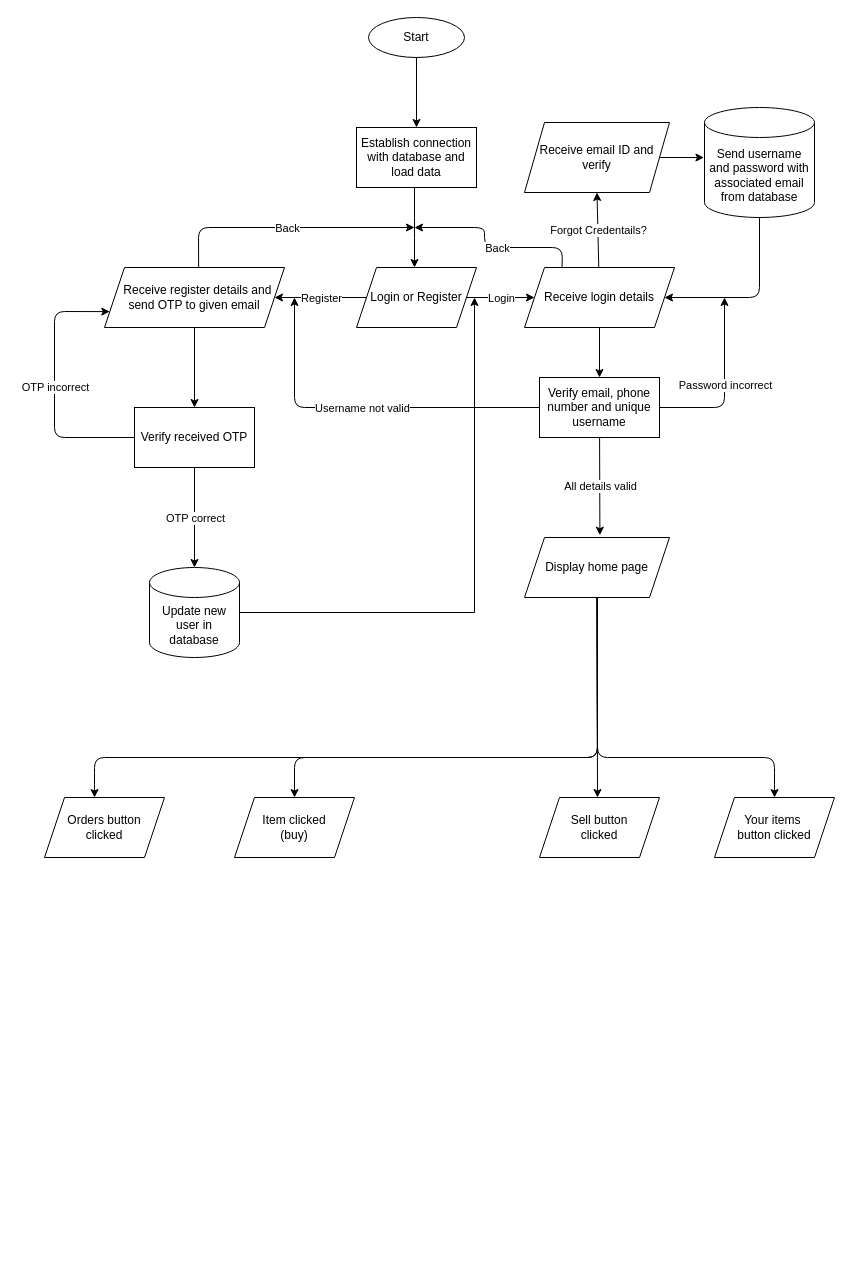
Before: Untitled Diagram.drawio in acmpesuecc/GrowPal, a draw.io diagram. Source tidied: cells renumbered, new cells numbered last; positions are measured from the earlier drawing's top-left corner, leaving out a move shared by most shapes. Both pictures are drawn from the tidied source at 100%, with x=0, y=0 at pixel (44, 17).
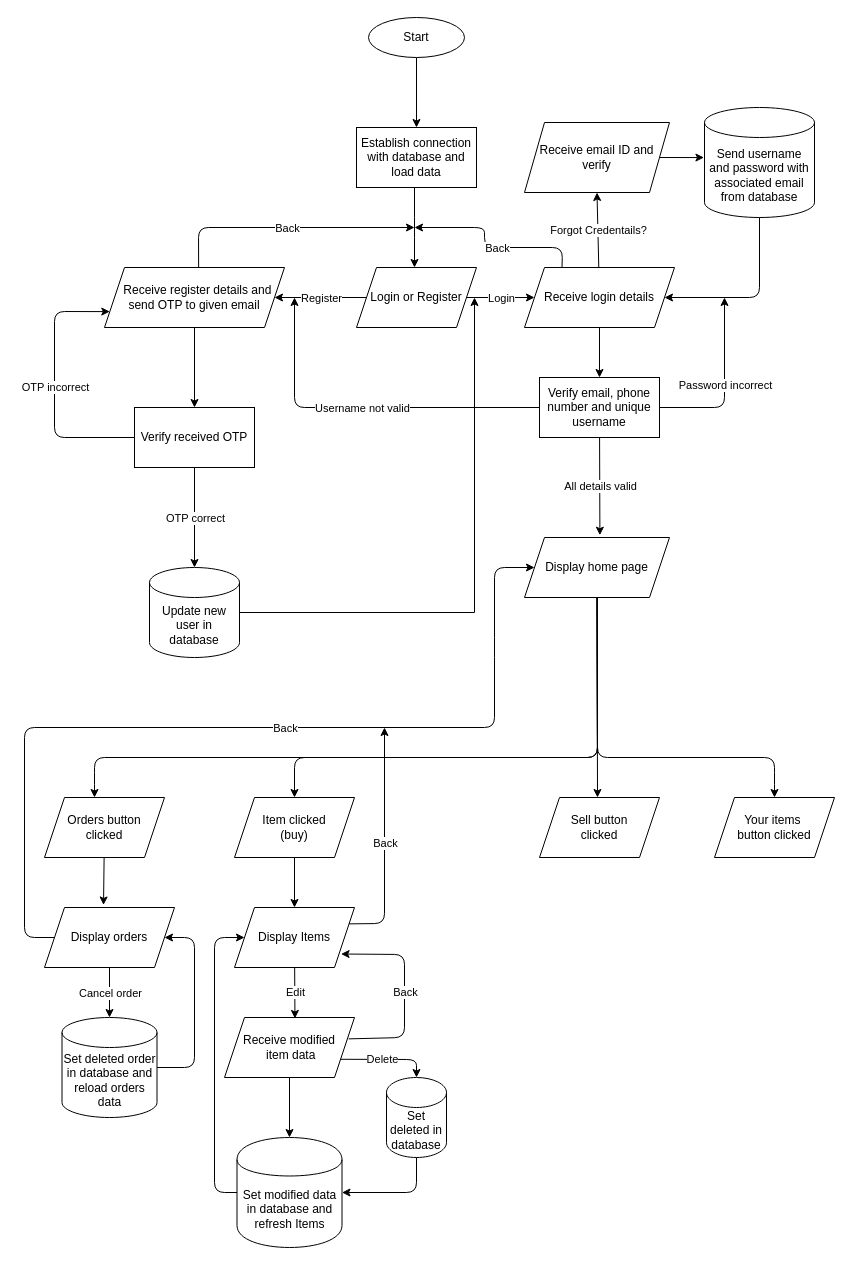
After the change.

Commit message:
updated flowchart till orders page

Unchanged cells that the change refers to:
```xml
<mxCell id="39" value="Display home page" style="shape=parallelogram;perimeter=parallelogramPerimeter;whiteSpace=wrap;html=1;fixedSize=1;" parent="1" vertex="1">
  <mxGeometry x="480" y="520" width="145" height="60" as="geometry" />
</mxCell>
<mxCell id="44" value="Item clicked &lt;br&gt;(buy)" style="shape=parallelogram;perimeter=parallelogramPerimeter;whiteSpace=wrap;html=1;fixedSize=1;" parent="1" vertex="1">
  <mxGeometry x="190" y="780" width="120" height="60" as="geometry" />
</mxCell>
<mxCell id="45" value="Orders button &lt;br&gt;clicked" style="shape=parallelogram;perimeter=parallelogramPerimeter;whiteSpace=wrap;html=1;fixedSize=1;" parent="1" vertex="1">
  <mxGeometry y="780" width="120" height="60" as="geometry" />
</mxCell>
```

What changed in the source:
```diff
@@
+    <mxCell id="48" style="edgeStyle=orthogonalEdgeStyle;rounded=0;jettySize=auto;html=1;" parent="1" edge="1" source="44" target="57">
+      <mxGeometry relative="1" as="geometry" />
+    </mxCell>
@@
+    <mxCell id="49" value="Display orders" style="shape=parallelogram;perimeter=parallelogramPerimeter;whiteSpace=wrap;html=1;fixedSize=1;" parent="1" vertex="1">
+      <mxGeometry y="890" width="130" height="60" as="geometry" />
+    </mxCell>
+    <mxCell id="50" style="endArrow=classic;html=1;entryX=0;entryY=0.5;entryDx=0;entryDy=0;" parent="1" edge="1" source="49" target="39">
+      <mxGeometry relative="1" as="geometry">
+        <Array as="points">
+          <mxPoint x="-20" y="920" />
+          <mxPoint x="-20" y="710" />
+          <mxPoint x="450" y="710" />
+          <mxPoint x="450" y="630" />
+          <mxPoint x="450" y="550" />
+        </Array>
+      </mxGeometry>
+    </mxCell>
+    <mxCell id="51" value="Back" style="edgeLabel;html=1;align=center;verticalAlign=middle;" parent="50" vertex="1">
+      <mxGeometry relative="1" as="geometry">
+        <mxPoint x="45" as="offset" />
+      </mxGeometry>
+    </mxCell>
+    <mxCell id="52" style="endArrow=classic;html=1;entryX=0.5;entryY=0;entryDx=0;entryDy=0;entryPerimeter=0;" parent="1" edge="1" source="49" target="54">
+      <mxGeometry relative="1" as="geometry" />
+    </mxCell>
+    <mxCell id="53" value="Cancel order" style="edgeLabel;html=1;align=center;verticalAlign=middle;" parent="52" vertex="1">
+      <mxGeometry relative="1" as="geometry" />
+    </mxCell>
+    <mxCell id="54" value="Set deleted order in database and reload orders data" style="shape=cylinder3;whiteSpace=wrap;html=1;boundedLbl=1;backgroundOutline=1;size=15;" parent="1" vertex="1">
+      <mxGeometry x="17.5" y="1000" width="95" height="100" as="geometry" />
+    </mxCell>
+    <mxCell id="55" style="endArrow=classic;html=1;entryX=0.454;entryY=-0.042;entryDx=0;entryDy=0;entryPerimeter=0;" parent="1" edge="1" source="45" target="49">
+      <mxGeometry relative="1" as="geometry" />
+    </mxCell>
+    <mxCell id="56" style="endArrow=classic;html=1;entryX=1;entryY=0.5;entryDx=0;entryDy=0;" parent="1" edge="1" source="54" target="49">
+      <mxGeometry relative="1" as="geometry">
+        <Array as="points">
+          <mxPoint x="150" y="1050" />
+          <mxPoint x="150" y="920" />
+        </Array>
+      </mxGeometry>
+    </mxCell>
+    <mxCell id="57" value="Display Items" style="shape=parallelogram;perimeter=parallelogramPerimeter;whiteSpace=wrap;html=1;fixedSize=1;" parent="1" vertex="1">
+      <mxGeometry x="190" y="890" width="120" height="60" as="geometry" />
+    </mxCell>
+    <mxCell id="58" style="endArrow=classic;html=1;entryX=0.542;entryY=0.016;entryDx=0;entryDy=0;entryPerimeter=0;" parent="1" edge="1" source="57" target="61">
+      <mxGeometry relative="1" as="geometry" />
+    </mxCell>
+    <mxCell id="59" value="Edit" style="edgeLabel;html=1;align=center;verticalAlign=middle;" parent="58" vertex="1">
+      <mxGeometry relative="1" as="geometry" />
+    </mxCell>
+    <mxCell id="60" style="edgeStyle=orthogonalEdgeStyle;rounded=0;jettySize=auto;html=1;" parent="1" edge="1" source="61" target="69">
+      <mxGeometry relative="1" as="geometry" />
+    </mxCell>
+    <mxCell id="61" value="Receive modified&lt;br&gt;&amp;nbsp;item data" style="shape=parallelogram;perimeter=parallelogramPerimeter;whiteSpace=wrap;html=1;fixedSize=1;" parent="1" vertex="1">
+      <mxGeometry x="180" y="1000" width="130" height="60" as="geometry" />
+    </mxCell>
+    <mxCell id="62" style="endArrow=classic;html=1;entryX=0.5;entryY=0;entryDx=0;entryDy=0;entryPerimeter=0;exitX=1;exitY=0.75;exitDx=0;exitDy=0;" parent="1" edge="1" source="61" target="64">
+      <mxGeometry relative="1" as="geometry">
+        <Array as="points">
+          <mxPoint x="372" y="1042" />
+        </Array>
+      </mxGeometry>
+    </mxCell>
+    <mxCell id="63" value="Delete" style="edgeLabel;html=1;align=center;verticalAlign=middle;" parent="62" vertex="1">
+      <mxGeometry relative="1" as="geometry">
+        <mxPoint x="-6" as="offset" />
+      </mxGeometry>
+    </mxCell>
+    <mxCell id="64" value="Set deleted in database" style="shape=cylinder3;whiteSpace=wrap;html=1;boundedLbl=1;backgroundOutline=1;size=15;" parent="1" vertex="1">
+      <mxGeometry x="342" y="1060" width="60" height="80" as="geometry" />
+    </mxCell>
+    <mxCell id="65" style="endArrow=classic;html=1;entryX=0.888;entryY=0.775;entryDx=0;entryDy=0;exitX=0.955;exitY=0.356;exitDx=0;exitDy=0;exitPerimeter=0;entryPerimeter=0;" parent="1" edge="1" source="61" target="57">
+      <mxGeometry relative="1" as="geometry">
+        <Array as="points">
+          <mxPoint x="360" y="1020" />
+          <mxPoint x="360" y="937" />
+        </Array>
+      </mxGeometry>
+    </mxCell>
+    <mxCell id="66" value="Back" style="edgeLabel;html=1;align=center;verticalAlign=middle;" parent="65" vertex="1">
+      <mxGeometry relative="1" as="geometry" />
+    </mxCell>
+    <mxCell id="67" style="endArrow=classic;html=1;exitX=1;exitY=0.25;exitDx=0;exitDy=0;" parent="1" edge="1" source="57">
+      <mxGeometry relative="1" as="geometry">
+        <mxPoint x="340" y="710" as="targetPoint" />
+        <Array as="points">
+          <mxPoint x="340" y="906" />
+        </Array>
+      </mxGeometry>
+    </mxCell>
+    <mxCell id="68" value="Back" style="edgeLabel;html=1;align=center;verticalAlign=middle;" parent="67" vertex="1">
+      <mxGeometry relative="1" as="geometry" />
+    </mxCell>
+    <mxCell id="69" value="Set modified data in database and refresh Items" style="shape=cylinder;whiteSpace=wrap;html=1;boundedLbl=1;backgroundOutline=1;" parent="1" vertex="1">
+      <mxGeometry x="192.5" y="1120" width="105" height="110" as="geometry" />
+    </mxCell>
+    <mxCell id="70" style="endArrow=classic;html=1;entryX=0;entryY=0.5;entryDx=0;entryDy=0;" parent="1" edge="1" source="69" target="57">
+      <mxGeometry relative="1" as="geometry">
+        <Array as="points">
+          <mxPoint x="170" y="1175" />
+          <mxPoint x="170" y="920" />
+        </Array>
+      </mxGeometry>
+    </mxCell>
+    <mxCell id="71" style="endArrow=classic;html=1;entryX=1;entryY=0.5;entryDx=0;entryDy=0;" parent="1" edge="1" source="64" target="69">
+      <mxGeometry relative="1" as="geometry">
+        <Array as="points">
+          <mxPoint x="372" y="1175" />
+        </Array>
+      </mxGeometry>
+    </mxCell>
```
